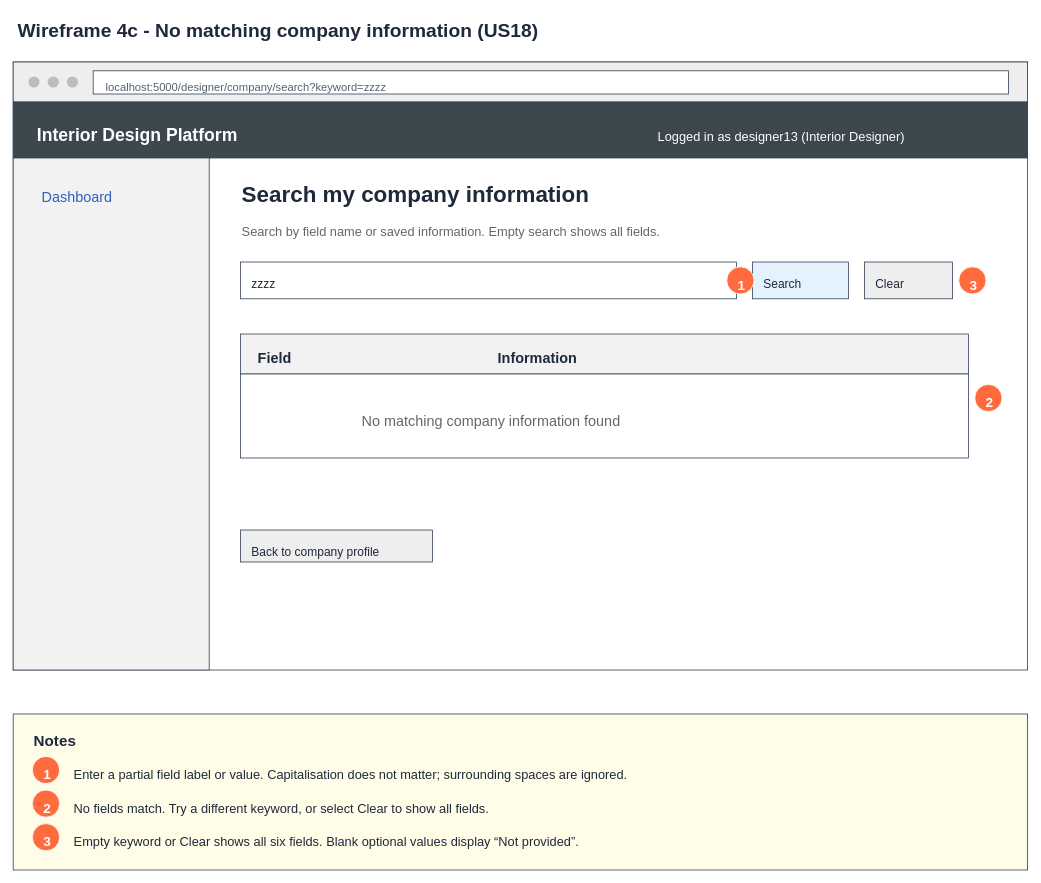
Above: page "4c Wireframe - No matching information" (4 of 8) of Sprint_2/US18 - Search Company Information/US18 Search company information.drawio in Hanzxc/CSIT314-ARCHSS (draw.io), before the change. Source tidied: cells renumbered, new cells numbered last; positions are measured from the earlier drawing's top-left corner, leaving out a move shared by most shapes. Both pictures are drawn from the tidied source at 80%, with x=0, y=0 at pixel (13, 13).
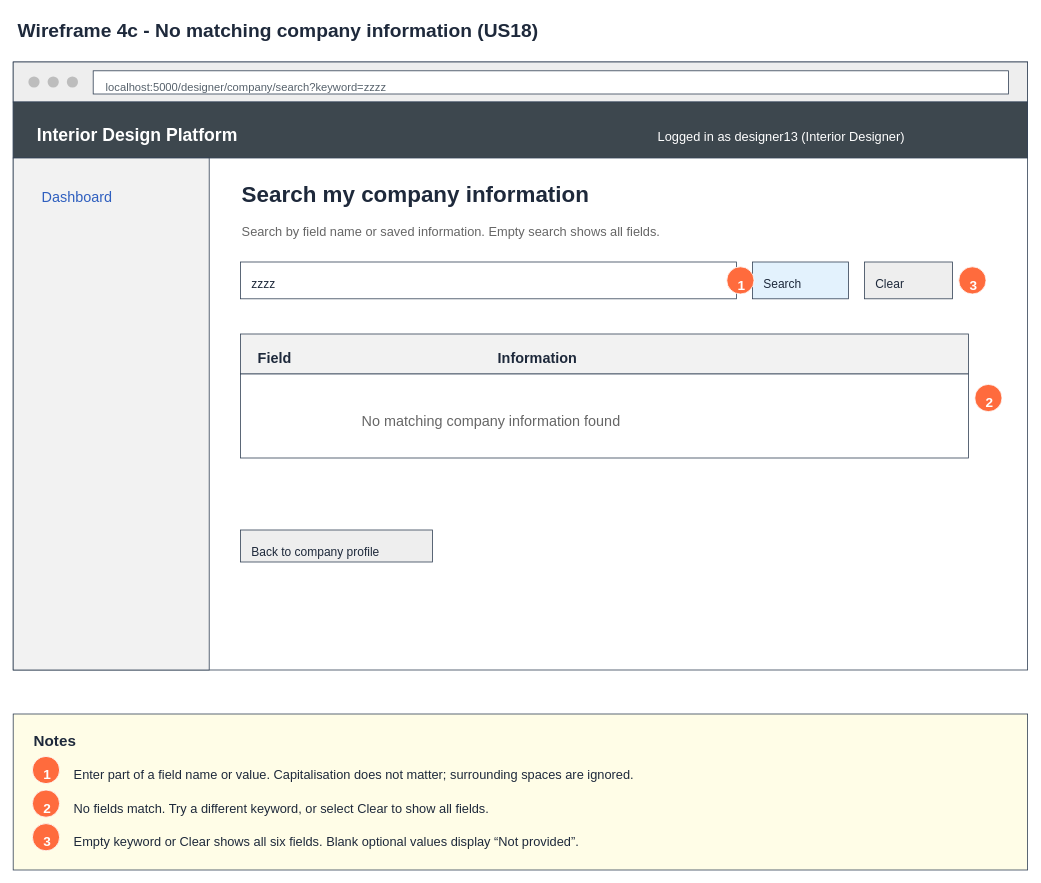
The same page after the edit.

What changed in the source:
```diff
@@
-    <mxCell id="40" value="Enter a partial field label or value. Capitalisation does not matter; surrounding spaces are ignored." style="text;html=0;align=left;verticalAlign=top;fontSize=16;fontStyle=0;fontColor=#1e293b;" parent="1" vertex="1">
+    <mxCell id="40" value="Enter part of a field name or value. Capitalisation does not matter; surrounding spaces are ignored." style="text;html=0;align=left;verticalAlign=top;fontSize=16;fontStyle=0;fontColor=#1e293b;" parent="1" vertex="1">
       <mxGeometry x="74" y="936" width="1160" height="23" as="geometry" />
     </mxCell>
```
